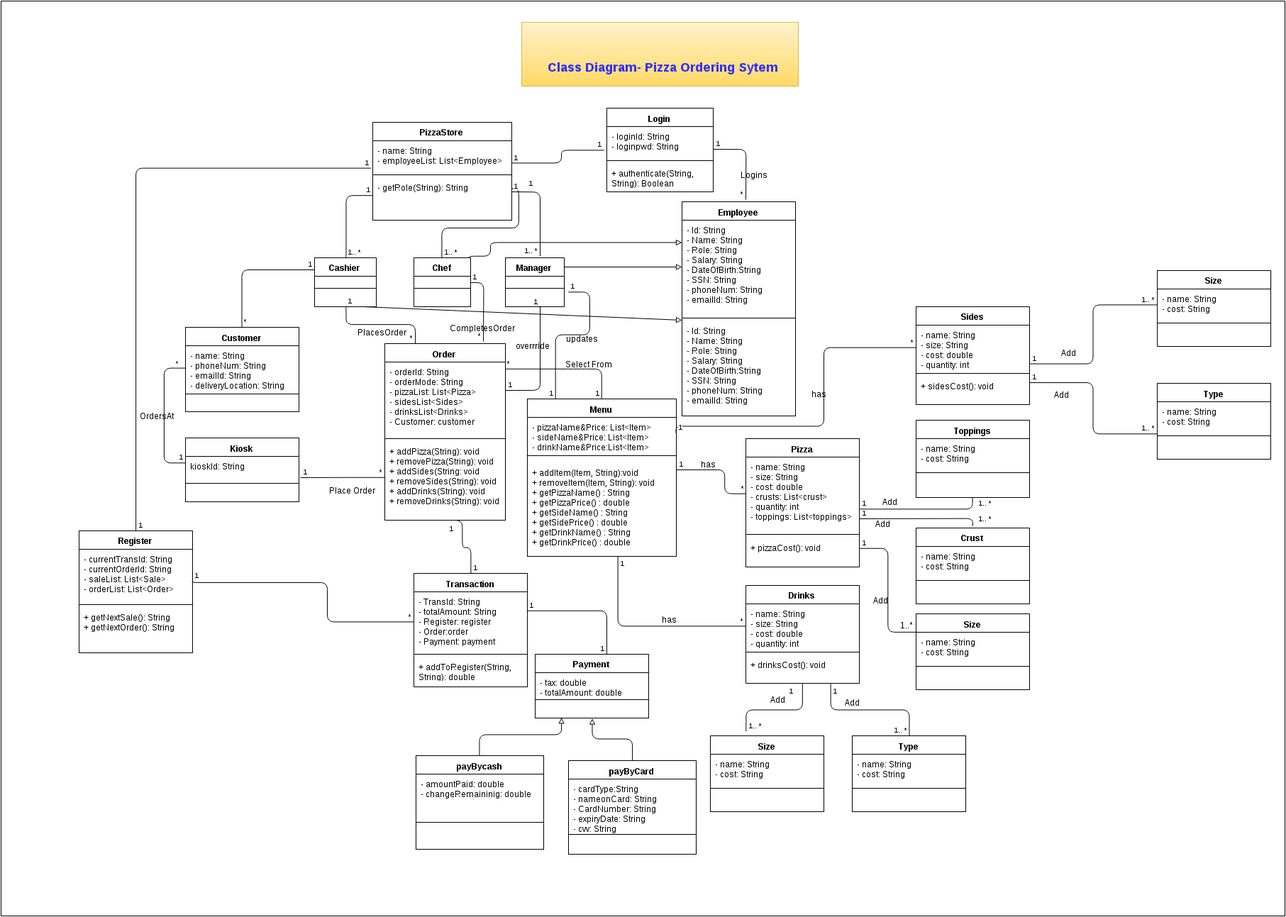
The draw.io diagram ClassDiagram.png in CS414-Proj/cs414_Project, before a commit. Source tidied: cells renumbered, new cells last; positions are measured from the earlier drawing's top-left corner, leaving out a move shared by most shapes.
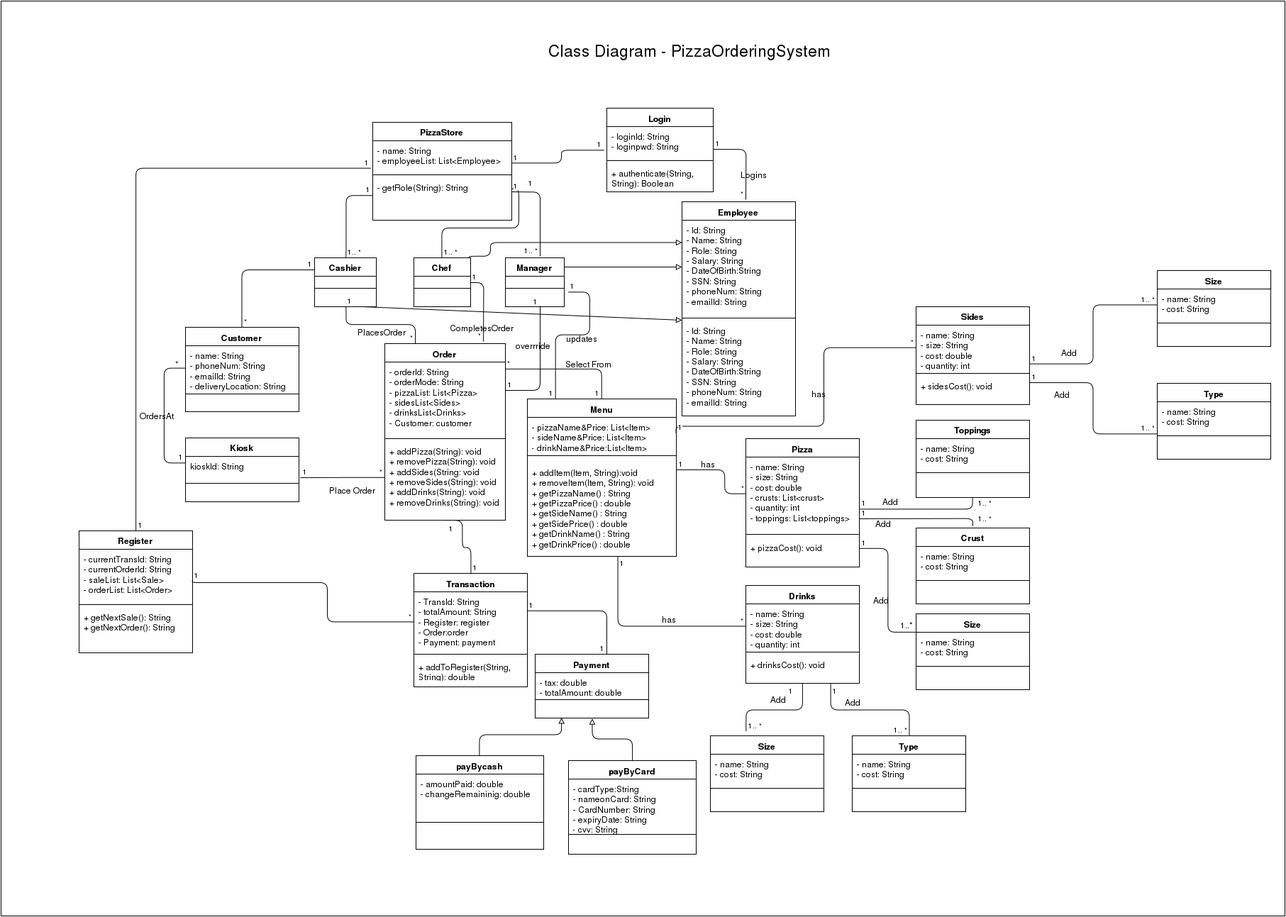
The same file after the commit.

Commit message:
Class Diagram Updated

The edit, as a diff of the source:
```diff
@@ -2,7 +2,7 @@
   <root>
     <mxCell id="0" />
     <mxCell id="1" parent="0" />
-    <mxCell id="2" style="whiteSpace=wrap;html=1;fontFamily=Helvetica;fontSize=20;align=center;" parent="1" vertex="1">
+    <mxCell id="2" style="whiteSpace=wrap;html=1;fontFamily=Helvetica;fontSize=20;align=center;fillColor=#FFFFFF;strokeColor=#000000;" parent="1" vertex="1">
       <mxGeometry width="1810" height="1290" as="geometry" />
     </mxCell>
     <mxCell id="3" value="PizzaStore" style="swimlane;html=1;fontStyle=1;align=center;verticalAlign=top;horizontal=1;startSize=26;swimlaneFillColor=#ffffff;" parent="1" vertex="1">
@@ -737,8 +737,8 @@
     <mxCell id="191" value="Place Order" style="text;html=1;align=left;verticalAlign=top;spacingTop=-4;" parent="1" vertex="1">
       <mxGeometry x="460" y="680" width="80" height="20" as="geometry" />
     </mxCell>
-    <mxCell id="192" value="&lt;h1 style=&quot;text-align: center&quot;&gt;&lt;span style=&quot;font-size: 18px ; color: rgb(51 , 51 , 255) ; line-height: 1.2&quot;&gt;&amp;nbsp; &amp;nbsp; &amp;nbsp; Class Diagram- Pizza Ordering Sytem &amp;nbsp; &amp;nbsp;&lt;/span&gt;&lt;/h1&gt;" style="text;html=1;align=center;verticalAlign=top;spacingTop=-4;plain-yellow;fontSize=20;fontFamily=Helvetica;" parent="1" vertex="1">
-      <mxGeometry x="734" y="30" width="390" height="90" as="geometry" />
-    </mxCell>
+    <mxCell id="193" value="&lt;font style=&quot;font-size: 23px&quot;&gt;Class Diagram - PizzaOrderingSystem&lt;br&gt;&lt;/font&gt;" style="text;html=1;strokeColor=none;fillColor=none;align=center;verticalAlign=middle;whiteSpace=wrap;overflow=hidden;" parent="1" vertex="1">
+      <mxGeometry x="760" y="50" width="420" height="40" as="geometry" />
+    </mxCell>
   </root>
 </mxGraphModel>
```
